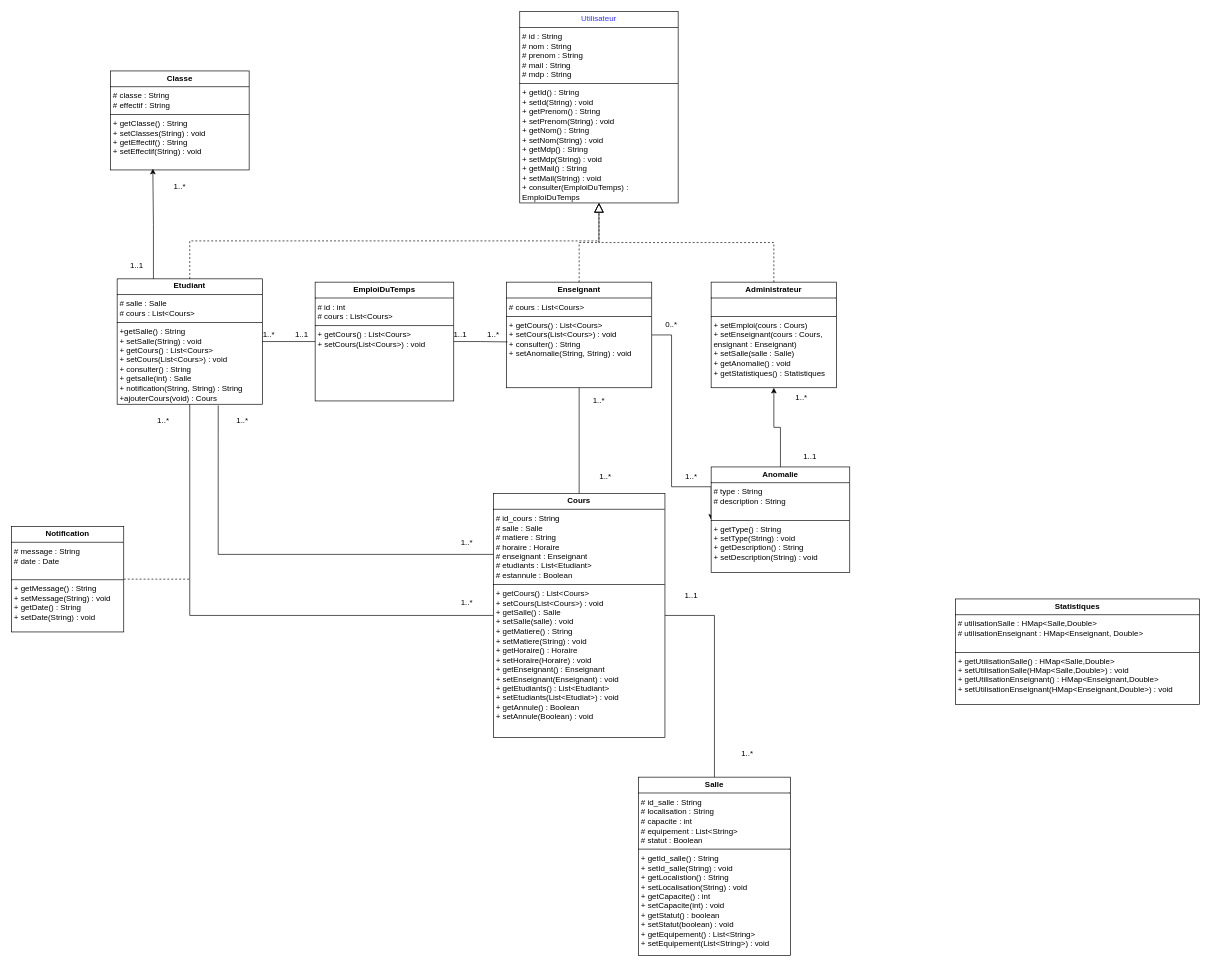
Before: JavaUML.drawio in Dimmis5/Projet_java, a draw.io diagram. Source tidied: cells renumbered, new cells numbered last; positions are measured from the earlier drawing's top-left corner, leaving out a move shared by most shapes. Both pictures are drawn from the tidied source at 66%, with x=0, y=0 at pixel (11, 11).
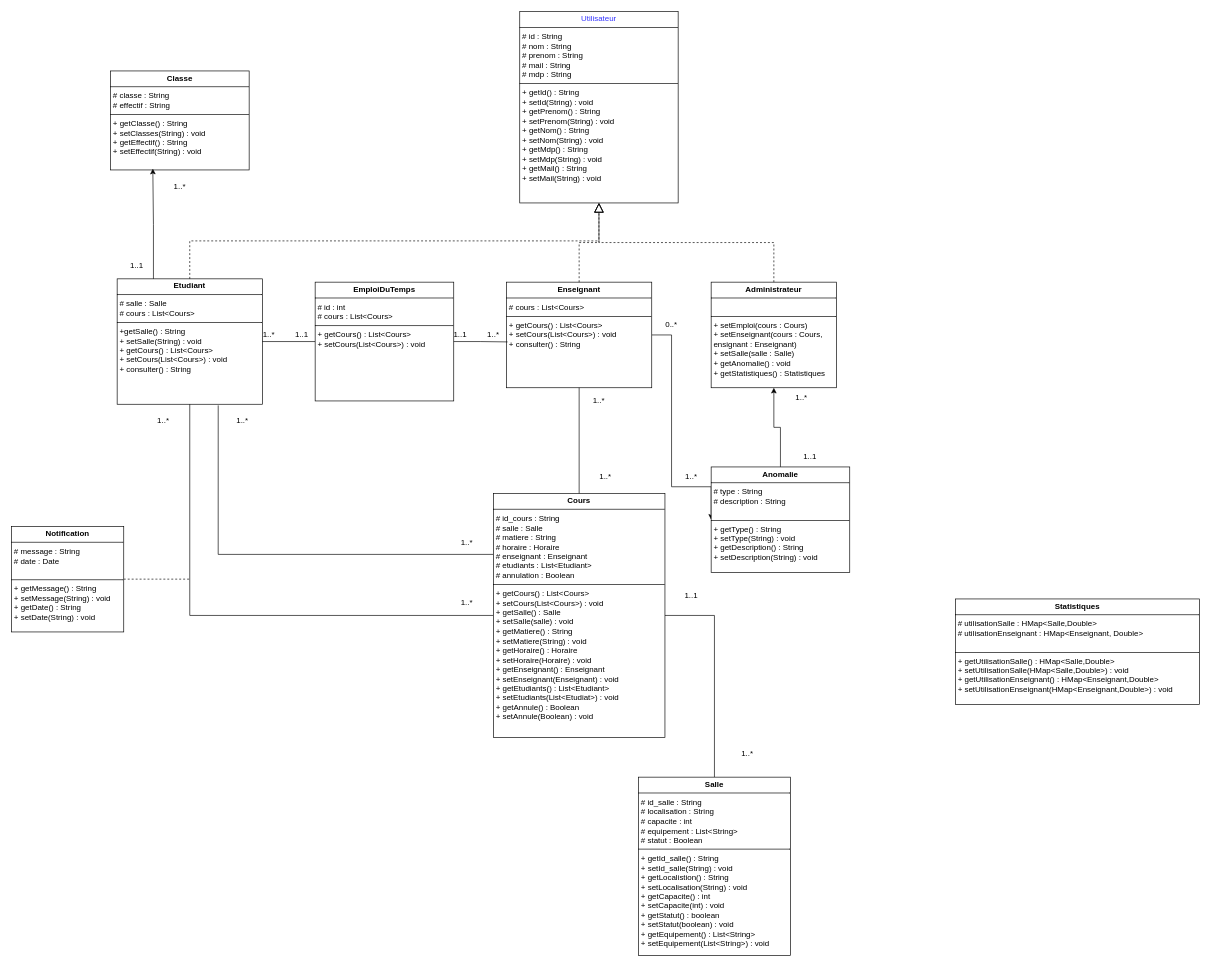
Above is the later version.

Commit message:
Mettre à jour JavaUML.drawio

What changed in the source:
```diff
@@
-    <mxCell id="2" value="&lt;p style=&quot;margin:0px;margin-top:4px;text-align:center;&quot;&gt;&lt;b&gt;Etudiant&lt;/b&gt;&lt;/p&gt;&lt;hr size=&quot;1&quot; style=&quot;border-style:solid;&quot;&gt;&lt;p style=&quot;margin:0px;margin-left:4px;&quot;&gt;&lt;span style=&quot;background-color: transparent; color: light-dark(rgb(0, 0, 0), rgb(255, 255, 255));&quot;&gt;# salle : Salle&amp;nbsp;&lt;/span&gt;&lt;/p&gt;&lt;p style=&quot;margin:0px;margin-left:4px;&quot;&gt;&lt;span style=&quot;background-color: transparent; color: light-dark(rgb(0, 0, 0), rgb(255, 255, 255));&quot;&gt;# cours : List&amp;lt;Cours&amp;gt;&lt;/span&gt;&lt;/p&gt;&lt;hr size=&quot;1&quot; style=&quot;border-style:solid;&quot;&gt;&lt;p style=&quot;margin: 0px 0px 0px 4px;&quot;&gt;&lt;span style=&quot;background-color: transparent; color: light-dark(rgb(0, 0, 0), rgb(255, 255, 255));&quot;&gt;+getSalle() : String&lt;/span&gt;&lt;/p&gt;&lt;p style=&quot;margin: 0px 0px 0px 4px;&quot;&gt;+ setSalle(String) : void&lt;/p&gt;&lt;p style=&quot;margin:0px;margin-left:4px;&quot;&gt;+ getCours() : List&amp;lt;Cours&amp;gt;&lt;/p&gt;&lt;p style=&quot;margin:0px;margin-left:4px;&quot;&gt;+ setCours(List&amp;lt;Cours&amp;gt;) : void&lt;/p&gt;&lt;p style=&quot;margin:0px;margin-left:4px;&quot;&gt;+ consulter() : String&lt;/p&gt;&lt;p style=&quot;margin:0px;margin-left:4px;&quot;&gt;+ getsalle(int) : Salle&lt;/p&gt;&lt;p style=&quot;margin:0px;margin-left:4px;&quot;&gt;+ notification(String, String) : String&lt;/p&gt;&lt;p style=&quot;margin:0px;margin-left:4px;&quot;&gt;+ajouterCours(void) : Cours&lt;/p&gt;&lt;p style=&quot;margin:0px;margin-left:4px;&quot;&gt;&lt;br&gt;&lt;/p&gt;" style="verticalAlign=top;align=left;overflow=fill;html=1;whiteSpace=wrap;" parent="1" vertex="1">
+    <mxCell id="2" value="&lt;p style=&quot;margin:0px;margin-top:4px;text-align:center;&quot;&gt;&lt;b&gt;Etudiant&lt;/b&gt;&lt;/p&gt;&lt;hr size=&quot;1&quot; style=&quot;border-style:solid;&quot;&gt;&lt;p style=&quot;margin:0px;margin-left:4px;&quot;&gt;&lt;span style=&quot;background-color: transparent; color: light-dark(rgb(0, 0, 0), rgb(255, 255, 255));&quot;&gt;# salle : Salle&amp;nbsp;&lt;/span&gt;&lt;/p&gt;&lt;p style=&quot;margin:0px;margin-left:4px;&quot;&gt;&lt;span style=&quot;background-color: transparent; color: light-dark(rgb(0, 0, 0), rgb(255, 255, 255));&quot;&gt;# cours : List&amp;lt;Cours&amp;gt;&lt;/span&gt;&lt;/p&gt;&lt;hr size=&quot;1&quot; style=&quot;border-style:solid;&quot;&gt;&lt;p style=&quot;margin: 0px 0px 0px 4px;&quot;&gt;&lt;span style=&quot;background-color: transparent; color: light-dark(rgb(0, 0, 0), rgb(255, 255, 255));&quot;&gt;+getSalle() : String&lt;/span&gt;&lt;/p&gt;&lt;p style=&quot;margin: 0px 0px 0px 4px;&quot;&gt;+ setSalle(String) : void&lt;/p&gt;&lt;p style=&quot;margin:0px;margin-left:4px;&quot;&gt;+ getCours() : List&amp;lt;Cours&amp;gt;&lt;/p&gt;&lt;p style=&quot;margin:0px;margin-left:4px;&quot;&gt;+ setCours(List&amp;lt;Cours&amp;gt;) : void&lt;/p&gt;&lt;p style=&quot;margin:0px;margin-left:4px;&quot;&gt;+ consulter() : String&lt;/p&gt;&lt;p style=&quot;margin:0px;margin-left:4px;&quot;&gt;&lt;br&gt;&lt;/p&gt;" style="verticalAlign=top;align=left;overflow=fill;html=1;whiteSpace=wrap;" parent="1" vertex="1">
       <mxGeometry x="160" y="405" width="220" height="190" as="geometry" />
     </mxCell>
@@
-    <mxCell id="4" value="&lt;p style=&quot;margin:0px;margin-top:4px;text-align:center;&quot;&gt;&lt;b&gt;Enseignant&lt;/b&gt;&lt;/p&gt;&lt;hr size=&quot;1&quot; style=&quot;border-style:solid;&quot;&gt;&lt;p style=&quot;margin:0px;margin-left:4px;&quot;&gt;&lt;span style=&quot;background-color: transparent; color: light-dark(rgb(0, 0, 0), rgb(255, 255, 255));&quot;&gt;# cours : List&amp;lt;Cours&amp;gt;&lt;/span&gt;&lt;/p&gt;&lt;hr size=&quot;1&quot; style=&quot;border-style:solid;&quot;&gt;&lt;p style=&quot;margin: 0px 0px 0px 4px;&quot;&gt;+ getCours() : List&amp;lt;Cours&amp;gt;&lt;/p&gt;&lt;p style=&quot;margin: 0px 0px 0px 4px;&quot;&gt;+ setCours(List&amp;lt;Cours&amp;gt;) : void&lt;/p&gt;&lt;p style=&quot;margin:0px;margin-left:4px;&quot;&gt;+ consulter() : String&lt;/p&gt;&lt;p style=&quot;margin:0px;margin-left:4px;&quot;&gt;+ setAnomalie(String, String) : void&lt;/p&gt;" style="verticalAlign=top;align=left;overflow=fill;html=1;whiteSpace=wrap;" parent="1" vertex="1">
+    <mxCell id="4" value="&lt;p style=&quot;margin:0px;margin-top:4px;text-align:center;&quot;&gt;&lt;b&gt;Enseignant&lt;/b&gt;&lt;/p&gt;&lt;hr size=&quot;1&quot; style=&quot;border-style:solid;&quot;&gt;&lt;p style=&quot;margin:0px;margin-left:4px;&quot;&gt;&lt;span style=&quot;background-color: transparent; color: light-dark(rgb(0, 0, 0), rgb(255, 255, 255));&quot;&gt;# cours : List&amp;lt;Cours&amp;gt;&lt;/span&gt;&lt;/p&gt;&lt;hr size=&quot;1&quot; style=&quot;border-style:solid;&quot;&gt;&lt;p style=&quot;margin: 0px 0px 0px 4px;&quot;&gt;+ getCours() : List&amp;lt;Cours&amp;gt;&lt;/p&gt;&lt;p style=&quot;margin: 0px 0px 0px 4px;&quot;&gt;+ setCours(List&amp;lt;Cours&amp;gt;) : void&lt;/p&gt;&lt;p style=&quot;margin:0px;margin-left:4px;&quot;&gt;+ consulter() : String&lt;/p&gt;&lt;p style=&quot;margin:0px;margin-left:4px;&quot;&gt;&lt;br&gt;&lt;/p&gt;" style="verticalAlign=top;align=left;overflow=fill;html=1;whiteSpace=wrap;" parent="1" vertex="1">
       <mxGeometry x="750" y="410" width="220" height="160" as="geometry" />
     </mxCell>
@@
-    <mxCell id="15" value="&lt;p style=&quot;text-align: center; margin: 4px 0px 0px;&quot;&gt;&lt;font style=&quot;color: rgb(0, 0, 0);&quot;&gt;&lt;span style=&quot;background-color: transparent; text-align: left;&quot;&gt;&lt;font style=&quot;color: rgb(51, 51, 255);&quot;&gt;Utilisateur&lt;/font&gt;&lt;/span&gt;&lt;span style=&quot;font-family: monospace; font-size: 0px; text-wrap-mode: nowrap; background-color: transparent; text-align: left; color: rgba(0, 0, 0, 0);&quot;&gt;%&lt;/span&gt;&lt;/font&gt;&lt;span style=&quot;color: rgba(0, 0, 0, 0); font-family: monospace; font-size: 0px; text-wrap-mode: nowrap; background-color: transparent; text-align: left;&quot;&gt;3CmxGraphModel%3E%3Croot%3E%3CmxCell%20id%3D%220%22%2F%3E%3CmxCell%20id%3D%221%22%20parent%3D%220%22%2F%3E%3CmxCell%20id%3D%222%22%20value%3D%22%26lt%3Bp%20style%3D%26quot%3Bmargin%3A0px%3Bmargin-top%3A4px%3Btext-align%3Acenter%3B%26quot%3B%26gt%3B%26lt%3Bb%26gt%3BEtudiant%26lt%3B%2Fb%26gt%3B%26lt%3B%2Fp%26gt%3B%26lt%3Bhr%20size%3D%26quot%3B1%26quot%3B%20style%3D%26quot%3Bborder-style%3Asolid%3B%26quot%3B%26gt%3B%26lt%3Bp%20style%3D%26quot%3Bmargin%3A0px%3Bmargin-left%3A4px%3B%26quot%3B%26gt%3B%2B%20field%3A%20Type%26lt%3B%2Fp%26gt%3B%26lt%3Bhr%20size%3D%26quot%3B1%26quot%3B%20style%3D%26quot%3Bborder-style%3Asolid%3B%26quot%3B%26gt%3B%26lt%3Bp%20style%3D%26quot%3Bmargin%3A0px%3Bmargin-left%3A4px%3B%26quot%3B%26gt%3B%2B%20method()%3A%20Type%26lt%3B%2Fp%26gt%3B%22%20style%3D%22verticalAlign%3Dtop%3Balign%3Dleft%3Boverflow%3Dfill%3Bhtml%3D1%3BwhiteSpace%3Dwrap%3B%22%20vertex%3D%221%22%20parent%3D%221%22%3E%3CmxGeometry%20x%3D%22260%22%20y%3D%2250%22%20width%3D%22160%22%20height%3D%2290%22%20as%3D%22geometry%22%2F%3E%3C%2FmxCell%3E%3C%2Froot%3E%3C%2FmxGraphModel%3E&lt;/span&gt;&lt;/p&gt;&lt;hr size=&quot;1&quot; style=&quot;border-style:solid;&quot;&gt;&lt;p style=&quot;margin:0px;margin-left:4px;&quot;&gt;# id : String&lt;/p&gt;&lt;p style=&quot;margin:0px;margin-left:4px;&quot;&gt;&lt;span style=&quot;background-color: transparent; color: light-dark(rgb(0, 0, 0), rgb(255, 255, 255));&quot;&gt;# nom : String&lt;/span&gt;&lt;/p&gt;&lt;p style=&quot;margin:0px;margin-left:4px;&quot;&gt;# prenom : String&lt;/p&gt;&lt;p style=&quot;margin:0px;margin-left:4px;&quot;&gt;# mail : String&lt;/p&gt;&lt;p style=&quot;margin:0px;margin-left:4px;&quot;&gt;# mdp : String&lt;/p&gt;&lt;hr size=&quot;1&quot; style=&quot;border-style:solid;&quot;&gt;&lt;p style=&quot;margin:0px;margin-left:4px;&quot;&gt;+ getId() : String&lt;/p&gt;&lt;p style=&quot;margin:0px;margin-left:4px;&quot;&gt;+ setId(String) : void&lt;/p&gt;&lt;p style=&quot;margin:0px;margin-left:4px;&quot;&gt;+ getPrenom() : String&lt;/p&gt;&lt;p style=&quot;margin:0px;margin-left:4px;&quot;&gt;+ setPrenom(String) : void&lt;/p&gt;&lt;p style=&quot;margin:0px;margin-left:4px;&quot;&gt;+ getNom() : String&lt;/p&gt;&lt;p style=&quot;margin:0px;margin-left:4px;&quot;&gt;+ setNom(String) : void&lt;/p&gt;&lt;p style=&quot;margin: 0px 0px 0px 4px;&quot;&gt;+ getMdp() : String&lt;/p&gt;&lt;p style=&quot;margin: 0px 0px 0px 4px;&quot;&gt;+ setMdp(String) : void&lt;/p&gt;&lt;p style=&quot;margin:0px;margin-left:4px;&quot;&gt;+ getMail() : String&lt;/p&gt;&lt;p style=&quot;margin:0px;margin-left:4px;&quot;&gt;+ setMail(String) : void&lt;/p&gt;&lt;p style=&quot;margin:0px;margin-left:4px;&quot;&gt;+ consulter(EmploiDuTemps) : EmploiDuTemps&lt;/p&gt;" style="verticalAlign=top;align=left;overflow=fill;html=1;whiteSpace=wrap;" parent="1" vertex="1">
+    <mxCell id="15" value="&lt;p style=&quot;text-align: center; margin: 4px 0px 0px;&quot;&gt;&lt;font style=&quot;color: rgb(0, 0, 0);&quot;&gt;&lt;span style=&quot;background-color: transparent; text-align: left;&quot;&gt;&lt;font style=&quot;color: rgb(51, 51, 255);&quot;&gt;Utilisateur&lt;/font&gt;&lt;/span&gt;&lt;/font&gt;&lt;span style=&quot;color: rgba(0, 0, 0, 0); font-family: monospace; font-size: 0px; text-wrap-mode: nowrap; background-color: transparent; text-align: left;&quot;&gt;3CmxGraphModel%3E%3Croot%3E%3CmxCell%20id%3D%220%22%2F%3E%3CmxCell%20id%3D%221%22%20parent%3D%220%22%2F%3E%3CmxCell%20id%3D%222%22%20value%3D%22%26lt%3Bp%20style%3D%26quot%3Bmargin%3A0px%3Bmargin-top%3A4px%3Btext-align%3Acenter%3B%26quot%3B%26gt%3B%26lt%3Bb%26gt%3BEtudiant%26lt%3B%2Fb%26gt%3B%26lt%3B%2Fp%26gt%3B%26lt%3Bhr%20size%3D%26quot%3B1%26quot%3B%20style%3D%26quot%3Bborder-style%3Asolid%3B%26quot%3B%26gt%3B%26lt%3Bp%20style%3D%26quot%3Bmargin%3A0px%3Bmargin-left%3A4px%3B%26quot%3B%26gt%3B%2B%20field%3A%20Type%26lt%3B%2Fp%26gt%3B%26lt%3Bhr%20size%3D%26quot%3B1%26quot%3B%20style%3D%26quot%3Bborder-style%3Asolid%3B%26quot%3B%26gt%3B%26lt%3Bp%20style%3D%26quot%3Bmargin%3A0px%3Bmargin-left%3A4px%3B%26quot%3B%26gt%3B%2B%20method()%3A%20Type%26lt%3B%2Fp%26gt%3B%22%20style%3D%22verticalAlign%3Dtop%3Balign%3Dleft%3Boverflow%3Dfill%3Bhtml%3D1%3BwhiteSpace%3Dwrap%3B%22%20vertex%3D%221%22%20parent%3D%221%22%3E%3CmxGeometry%20x%3D%22260%22%20y%3D%2250%22%20width%3D%22160%22%20height%3D%2290%22%20as%3D%22geometry%22%2F%3E%3C%2FmxCell%3E%3C%2Froot%3E%3C%2FmxGraphModel%3E&lt;/span&gt;&lt;/p&gt;&lt;hr size=&quot;1&quot; style=&quot;border-style:solid;&quot;&gt;&lt;p style=&quot;margin:0px;margin-left:4px;&quot;&gt;# id : String&lt;/p&gt;&lt;p style=&quot;margin:0px;margin-left:4px;&quot;&gt;&lt;span style=&quot;background-color: transparent; color: light-dark(rgb(0, 0, 0), rgb(255, 255, 255));&quot;&gt;# nom : String&lt;/span&gt;&lt;/p&gt;&lt;p style=&quot;margin:0px;margin-left:4px;&quot;&gt;# prenom : String&lt;/p&gt;&lt;p style=&quot;margin:0px;margin-left:4px;&quot;&gt;# mail : String&lt;/p&gt;&lt;p style=&quot;margin:0px;margin-left:4px;&quot;&gt;# mdp : String&lt;/p&gt;&lt;hr size=&quot;1&quot; style=&quot;border-style:solid;&quot;&gt;&lt;p style=&quot;margin:0px;margin-left:4px;&quot;&gt;+ getId() : String&lt;/p&gt;&lt;p style=&quot;margin:0px;margin-left:4px;&quot;&gt;+ setId(String) : void&lt;/p&gt;&lt;p style=&quot;margin:0px;margin-left:4px;&quot;&gt;+ getPrenom() : String&lt;/p&gt;&lt;p style=&quot;margin:0px;margin-left:4px;&quot;&gt;+ setPrenom(String) : void&lt;/p&gt;&lt;p style=&quot;margin:0px;margin-left:4px;&quot;&gt;+ getNom() : String&lt;/p&gt;&lt;p style=&quot;margin:0px;margin-left:4px;&quot;&gt;+ setNom(String) : void&lt;/p&gt;&lt;p style=&quot;margin: 0px 0px 0px 4px;&quot;&gt;+ getMdp() : String&lt;/p&gt;&lt;p style=&quot;margin: 0px 0px 0px 4px;&quot;&gt;+ setMdp(String) : void&lt;/p&gt;&lt;p style=&quot;margin:0px;margin-left:4px;&quot;&gt;+ getMail() : String&lt;/p&gt;&lt;p style=&quot;margin:0px;margin-left:4px;&quot;&gt;+ setMail(String) : void&lt;/p&gt;" style="verticalAlign=top;align=left;overflow=fill;html=1;whiteSpace=wrap;" parent="1" vertex="1">
       <mxGeometry x="770" width="240" height="290" as="geometry" />
     </mxCell>
@@
-    <mxCell id="21" value="&lt;p style=&quot;margin:0px;margin-top:4px;text-align:center;&quot;&gt;&lt;b&gt;Cours&lt;/b&gt;&lt;/p&gt;&lt;hr size=&quot;1&quot; style=&quot;border-style:solid;&quot;&gt;&lt;p style=&quot;margin:0px;margin-left:4px;&quot;&gt;# id_cours : String&lt;/p&gt;&lt;p style=&quot;margin:0px;margin-left:4px;&quot;&gt;&lt;span style=&quot;background-color: transparent; color: light-dark(rgb(0, 0, 0), rgb(255, 255, 255));&quot;&gt;# salle : Salle&lt;/span&gt;&lt;/p&gt;&lt;p style=&quot;margin:0px;margin-left:4px;&quot;&gt;# matiere : String&lt;/p&gt;&lt;p style=&quot;margin:0px;margin-left:4px;&quot;&gt;# horaire : Horaire&lt;/p&gt;&lt;p style=&quot;margin:0px;margin-left:4px;&quot;&gt;# enseignant : Enseignant&lt;/p&gt;&lt;p style=&quot;margin:0px;margin-left:4px;&quot;&gt;# etudiants : List&amp;lt;Etudiant&amp;gt;&lt;/p&gt;&lt;p style=&quot;margin:0px;margin-left:4px;&quot;&gt;# estannule : Boolean&lt;/p&gt;&lt;hr size=&quot;1&quot; style=&quot;border-style:solid;&quot;&gt;&lt;p style=&quot;margin: 0px 0px 0px 4px;&quot;&gt;+ getCours() : List&amp;lt;Cours&amp;gt;&lt;/p&gt;&lt;p style=&quot;margin: 0px 0px 0px 4px;&quot;&gt;+ setCours(List&amp;lt;Cours&amp;gt;) : void&lt;/p&gt;&lt;p style=&quot;margin: 0px 0px 0px 4px;&quot;&gt;+ getSalle() : Salle&lt;/p&gt;&lt;p style=&quot;margin: 0px 0px 0px 4px;&quot;&gt;+ setSalle(salle) : void&lt;/p&gt;&lt;p style=&quot;margin: 0px 0px 0px 4px;&quot;&gt;+ getMatiere() : String&lt;/p&gt;&lt;p style=&quot;margin: 0px 0px 0px 4px;&quot;&gt;+ setMatiere(String) : void&lt;/p&gt;&lt;p style=&quot;margin: 0px 0px 0px 4px;&quot;&gt;+ getHoraire() : Horaire&lt;/p&gt;&lt;p style=&quot;margin: 0px 0px 0px 4px;&quot;&gt;+ setHoraire(Horaire) : void&lt;/p&gt;&lt;p style=&quot;margin: 0px 0px 0px 4px;&quot;&gt;+ getEnseignant() : Enseignant&lt;/p&gt;&lt;p style=&quot;margin: 0px 0px 0px 4px;&quot;&gt;+ setEnseignant(Enseignant) : void&lt;/p&gt;&lt;p style=&quot;margin: 0px 0px 0px 4px;&quot;&gt;+ getEtudiants() : List&amp;lt;Etudiant&amp;gt;&lt;/p&gt;&lt;p style=&quot;margin: 0px 0px 0px 4px;&quot;&gt;+ setEtudiants(List&amp;lt;Etudiat&amp;gt;) : void&lt;/p&gt;&lt;p style=&quot;margin: 0px 0px 0px 4px;&quot;&gt;+ getAnnule() : Boolean&lt;/p&gt;&lt;p style=&quot;margin: 0px 0px 0px 4px;&quot;&gt;+ setAnnule(Boolean) : void&lt;/p&gt;" style="verticalAlign=top;align=left;overflow=fill;html=1;whiteSpace=wrap;" parent="1" vertex="1">
+    <mxCell id="21" value="&lt;p style=&quot;margin:0px;margin-top:4px;text-align:center;&quot;&gt;&lt;b&gt;Cours&lt;/b&gt;&lt;/p&gt;&lt;hr size=&quot;1&quot; style=&quot;border-style:solid;&quot;&gt;&lt;p style=&quot;margin:0px;margin-left:4px;&quot;&gt;# id_cours : String&lt;/p&gt;&lt;p style=&quot;margin:0px;margin-left:4px;&quot;&gt;&lt;span style=&quot;background-color: transparent; color: light-dark(rgb(0, 0, 0), rgb(255, 255, 255));&quot;&gt;# salle : Salle&lt;/span&gt;&lt;/p&gt;&lt;p style=&quot;margin:0px;margin-left:4px;&quot;&gt;# matiere : String&lt;/p&gt;&lt;p style=&quot;margin:0px;margin-left:4px;&quot;&gt;# horaire : Horaire&lt;/p&gt;&lt;p style=&quot;margin:0px;margin-left:4px;&quot;&gt;# enseignant : Enseignant&lt;/p&gt;&lt;p style=&quot;margin:0px;margin-left:4px;&quot;&gt;# etudiants : List&amp;lt;Etudiant&amp;gt;&lt;/p&gt;&lt;p style=&quot;margin:0px;margin-left:4px;&quot;&gt;# annulation : Boolean&lt;/p&gt;&lt;hr size=&quot;1&quot; style=&quot;border-style:solid;&quot;&gt;&lt;p style=&quot;margin: 0px 0px 0px 4px;&quot;&gt;+ getCours() : List&amp;lt;Cours&amp;gt;&lt;/p&gt;&lt;p style=&quot;margin: 0px 0px 0px 4px;&quot;&gt;+ setCours(List&amp;lt;Cours&amp;gt;) : void&lt;/p&gt;&lt;p style=&quot;margin: 0px 0px 0px 4px;&quot;&gt;+ getSalle() : Salle&lt;/p&gt;&lt;p style=&quot;margin: 0px 0px 0px 4px;&quot;&gt;+ setSalle(salle) : void&lt;/p&gt;&lt;p style=&quot;margin: 0px 0px 0px 4px;&quot;&gt;+ getMatiere() : String&lt;/p&gt;&lt;p style=&quot;margin: 0px 0px 0px 4px;&quot;&gt;+ setMatiere(String) : void&lt;/p&gt;&lt;p style=&quot;margin: 0px 0px 0px 4px;&quot;&gt;+ getHoraire() : Horaire&lt;/p&gt;&lt;p style=&quot;margin: 0px 0px 0px 4px;&quot;&gt;+ setHoraire(Horaire) : void&lt;/p&gt;&lt;p style=&quot;margin: 0px 0px 0px 4px;&quot;&gt;+ getEnseignant() : Enseignant&lt;/p&gt;&lt;p style=&quot;margin: 0px 0px 0px 4px;&quot;&gt;+ setEnseignant(Enseignant) : void&lt;/p&gt;&lt;p style=&quot;margin: 0px 0px 0px 4px;&quot;&gt;+ getEtudiants() : List&amp;lt;Etudiant&amp;gt;&lt;/p&gt;&lt;p style=&quot;margin: 0px 0px 0px 4px;&quot;&gt;+ setEtudiants(List&amp;lt;Etudiat&amp;gt;) : void&lt;/p&gt;&lt;p style=&quot;margin: 0px 0px 0px 4px;&quot;&gt;+ getAnnule() : Boolean&lt;/p&gt;&lt;p style=&quot;margin: 0px 0px 0px 4px;&quot;&gt;+ setAnnule(Boolean) : void&lt;/p&gt;" style="verticalAlign=top;align=left;overflow=fill;html=1;whiteSpace=wrap;" parent="1" vertex="1">
       <mxGeometry x="730" y="730" width="260" height="370" as="geometry" />
     </mxCell>
```
